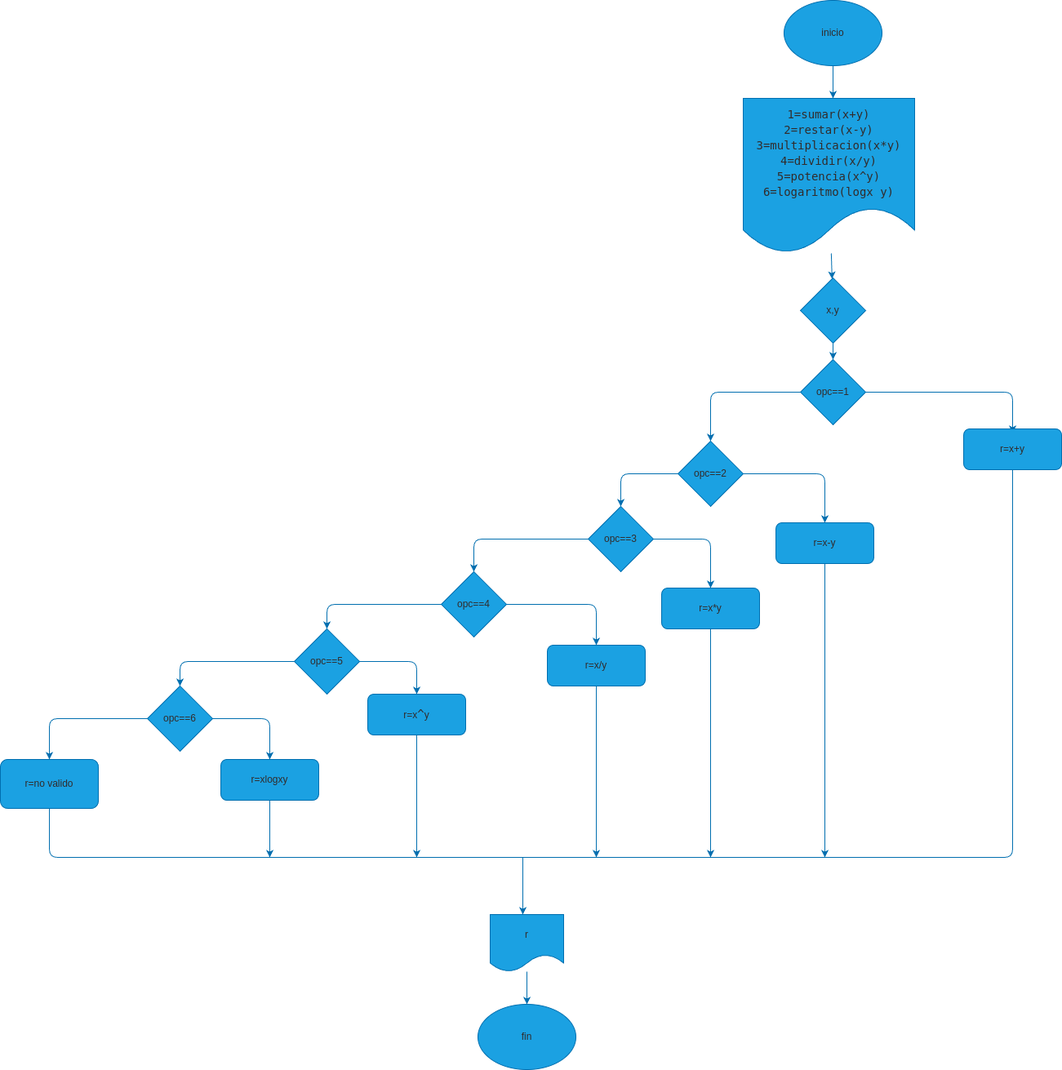
Earlier version of the draw.io export diagrama.png (rickfre22/mini_calculadora). Source tidied: cells renumbered, new cells last; positions are measured from the earlier drawing's top-left corner, leaving out a move shared by most shapes.
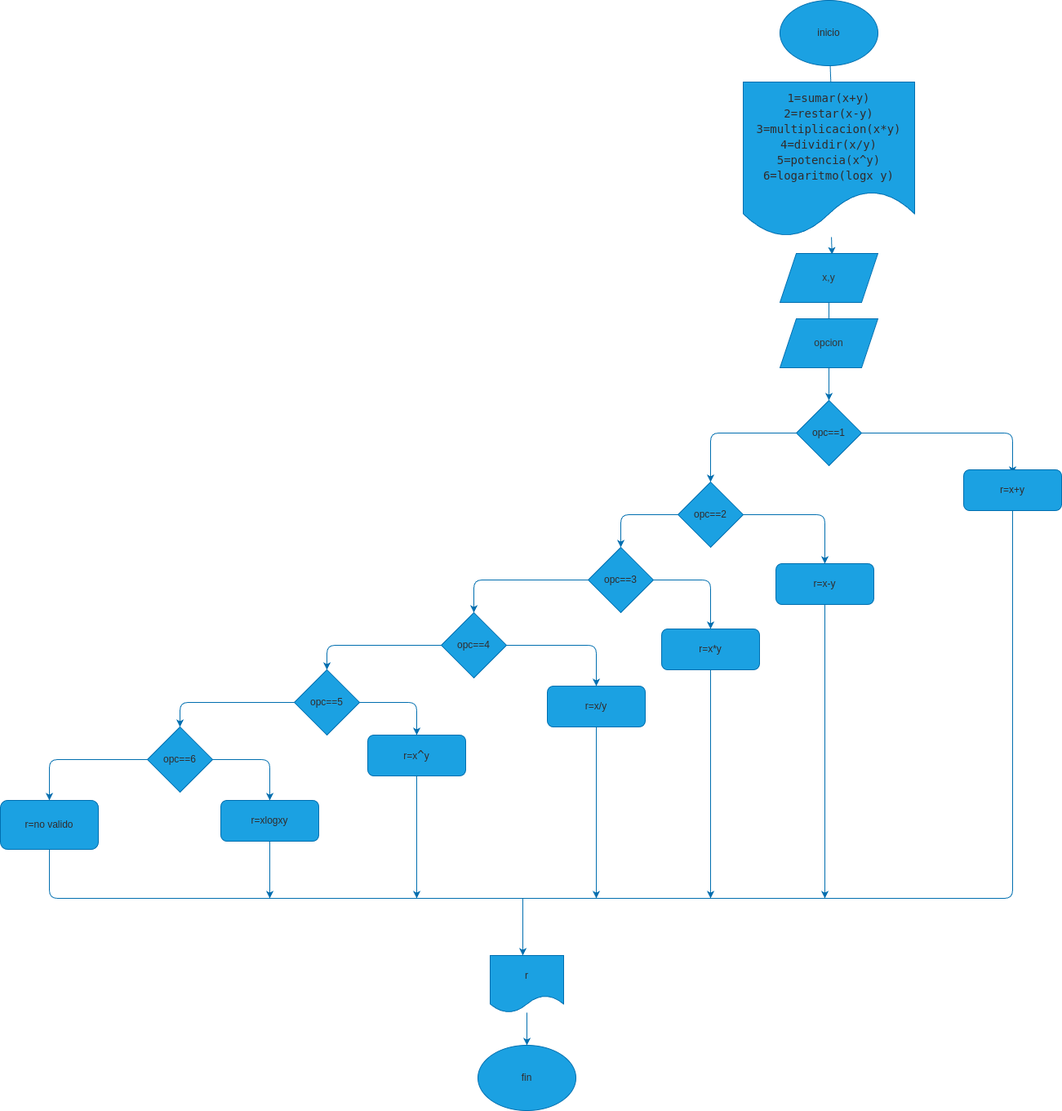
The same diagram one commit later.

Commit message:
se agrego el readme con el diagrama

What changed in the source:
```diff
@@ -8,22 +8,16 @@
       </mxGeometry>
     </mxCell>
     <mxCell id="3" value="inicio" style="ellipse;whiteSpace=wrap;html=1;fillColor=#1ba1e2;fontColor=#312b2b;strokeColor=#006EAF;labelBackgroundColor=none;" parent="1" vertex="1">
-      <mxGeometry x="960" width="120" height="80" as="geometry" />
+      <mxGeometry x="955" y="-50" width="120" height="80" as="geometry" />
     </mxCell>
-    <mxCell id="4" style="edgeStyle=none;html=1;fillColor=#1ba1e2;strokeColor=#006EAF;labelBackgroundColor=none;fontColor=#312b2b;" parent="1" edge="1" source="5" target="7">
-      <mxGeometry relative="1" as="geometry" />
+    <mxCell id="4" style="edgeStyle=none;html=1;fillColor=#1ba1e2;strokeColor=#006EAF;labelBackgroundColor=none;fontColor=#333333;" parent="1" edge="1" source="5">
+      <mxGeometry relative="1" as="geometry">
+        <mxPoint x="1018.8" y="261.2" as="targetPoint" />
+      </mxGeometry>
     </mxCell>
     <mxCell id="5" value="&lt;div style=&quot;font-family: &amp;quot;Droid Sans Mono&amp;quot;, &amp;quot;monospace&amp;quot;, monospace; font-size: 14px; line-height: 19px;&quot;&gt;&lt;div&gt;1=sumar(x+y)&lt;/div&gt;&lt;div&gt;2=restar(x-y)&lt;/div&gt;&lt;div&gt;3=multiplicacion(x*y)&lt;/div&gt;&lt;div&gt;4=dividir(x/y)&lt;/div&gt;&lt;div&gt;5=potencia(x^y)&lt;/div&gt;&lt;div&gt;6=logaritmo(logx y)&lt;/div&gt;&lt;/div&gt;" style="shape=document;whiteSpace=wrap;html=1;boundedLbl=1;labelBorderColor=none;labelBackgroundColor=none;fillColor=#1ba1e2;fontColor=#312b2b;strokeColor=#006EAF;" parent="1" vertex="1">
-      <mxGeometry x="910" y="120" width="210" height="190" as="geometry" />
+      <mxGeometry x="910" y="50" width="210" height="190" as="geometry" />
     </mxCell>
-    <mxCell id="6" style="edgeStyle=none;html=1;fillColor=#1ba1e2;strokeColor=#006EAF;labelBackgroundColor=none;fontColor=#312b2b;" parent="1" edge="1" source="7">
-      <mxGeometry relative="1" as="geometry">
-        <mxPoint x="1020" y="440" as="targetPoint" />
-      </mxGeometry>
-    </mxCell>
-    <mxCell id="7" value="x,y" style="rhombus;whiteSpace=wrap;html=1;labelBackgroundColor=none;labelBorderColor=none;fillColor=#1ba1e2;fontColor=#312b2b;strokeColor=#006EAF;" parent="1" vertex="1">
-      <mxGeometry x="980" y="340" width="80" height="80" as="geometry" />
-    </mxCell>
     <mxCell id="8" style="edgeStyle=none;html=1;fillColor=#1ba1e2;strokeColor=#006EAF;labelBackgroundColor=none;fontColor=#312b2b;" parent="1" edge="1" source="10">
       <mxGeometry relative="1" as="geometry">
         <mxPoint x="1240" y="530" as="targetPoint" />
@@ -40,7 +34,7 @@
       </mxGeometry>
     </mxCell>
     <mxCell id="10" value="opc==1" style="rhombus;whiteSpace=wrap;html=1;labelBackgroundColor=none;labelBorderColor=none;fillColor=#1ba1e2;fontColor=#312b2b;strokeColor=#006EAF;" parent="1" vertex="1">
-      <mxGeometry x="980" y="440" width="80" height="80" as="geometry" />
+      <mxGeometry x="975" y="440" width="80" height="80" as="geometry" />
     </mxCell>
     <mxCell id="11" value="r=x+y" style="rounded=1;whiteSpace=wrap;html=1;labelBackgroundColor=none;labelBorderColor=none;fillColor=#1ba1e2;fontColor=#312b2b;strokeColor=#006EAF;" parent="1" vertex="1">
       <mxGeometry x="1180" y="525" width="120" height="50" as="geometry" />
@@ -205,5 +199,19 @@
     <mxCell id="42" value="fin" style="ellipse;whiteSpace=wrap;html=1;labelBackgroundColor=none;labelBorderColor=none;fillColor=#1ba1e2;fontColor=#312b2b;strokeColor=#006EAF;" parent="1" vertex="1">
       <mxGeometry x="585" y="1230" width="120" height="80" as="geometry" />
     </mxCell>
+    <mxCell id="43" style="edgeStyle=none;html=1;fillColor=#1ba1e2;strokeColor=#006EAF;fontColor=#333333;" parent="1" edge="1" source="7">
+      <mxGeometry relative="1" as="geometry">
+        <mxPoint x="1015" y="360" as="targetPoint" />
+      </mxGeometry>
+    </mxCell>
+    <mxCell id="7" value="x,y" style="shape=parallelogram;perimeter=parallelogramPerimeter;whiteSpace=wrap;html=1;fixedSize=1;fillColor=#1ba1e2;fontColor=#333333;strokeColor=#006EAF;" parent="1" vertex="1">
+      <mxGeometry x="955" y="260" width="120" height="60" as="geometry" />
+    </mxCell>
+    <mxCell id="44" style="edgeStyle=none;html=1;entryX=0.5;entryY=0;entryDx=0;entryDy=0;fillColor=#1ba1e2;strokeColor=#006EAF;" parent="1" edge="1" source="45" target="10">
+      <mxGeometry relative="1" as="geometry" />
+    </mxCell>
+    <mxCell id="45" value="opcion" style="shape=parallelogram;perimeter=parallelogramPerimeter;whiteSpace=wrap;html=1;fixedSize=1;fillColor=#1ba1e2;fontColor=#333333;strokeColor=#006EAF;" parent="1" vertex="1">
+      <mxGeometry x="955" y="340" width="120" height="60" as="geometry" />
+    </mxCell>
   </root>
 </mxGraphModel>
```
